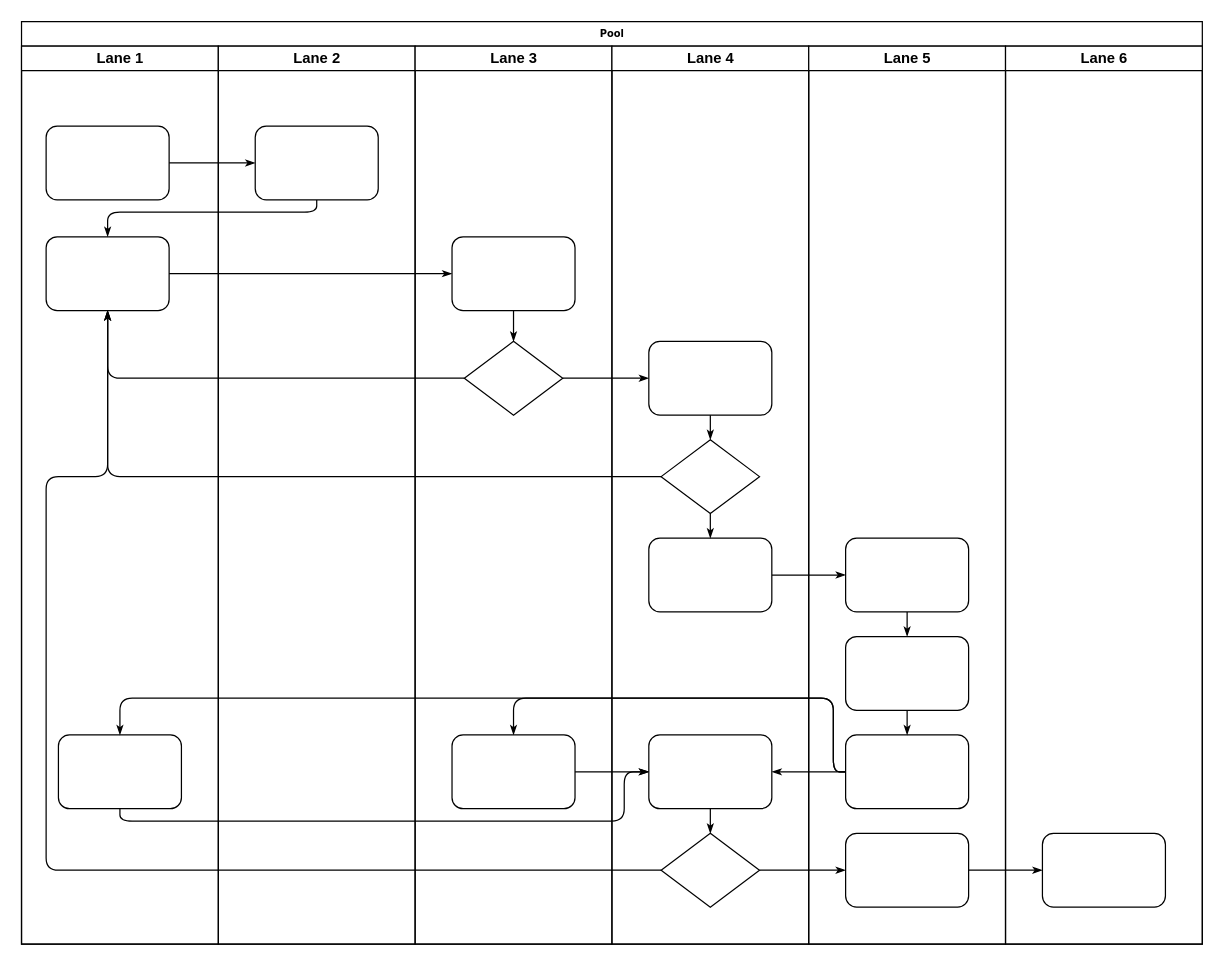
Above: Untitled Diagram.drawio in RaihanNh/SISMIK-2023 (draw.io), before the change. Source tidied: cells renumbered, new cells numbered last; positions are measured from the earlier drawing's top-left corner, leaving out a move shared by most shapes. Both pictures are drawn from the tidied source at 123%, with x=0, y=0 at pixel (21, 21).
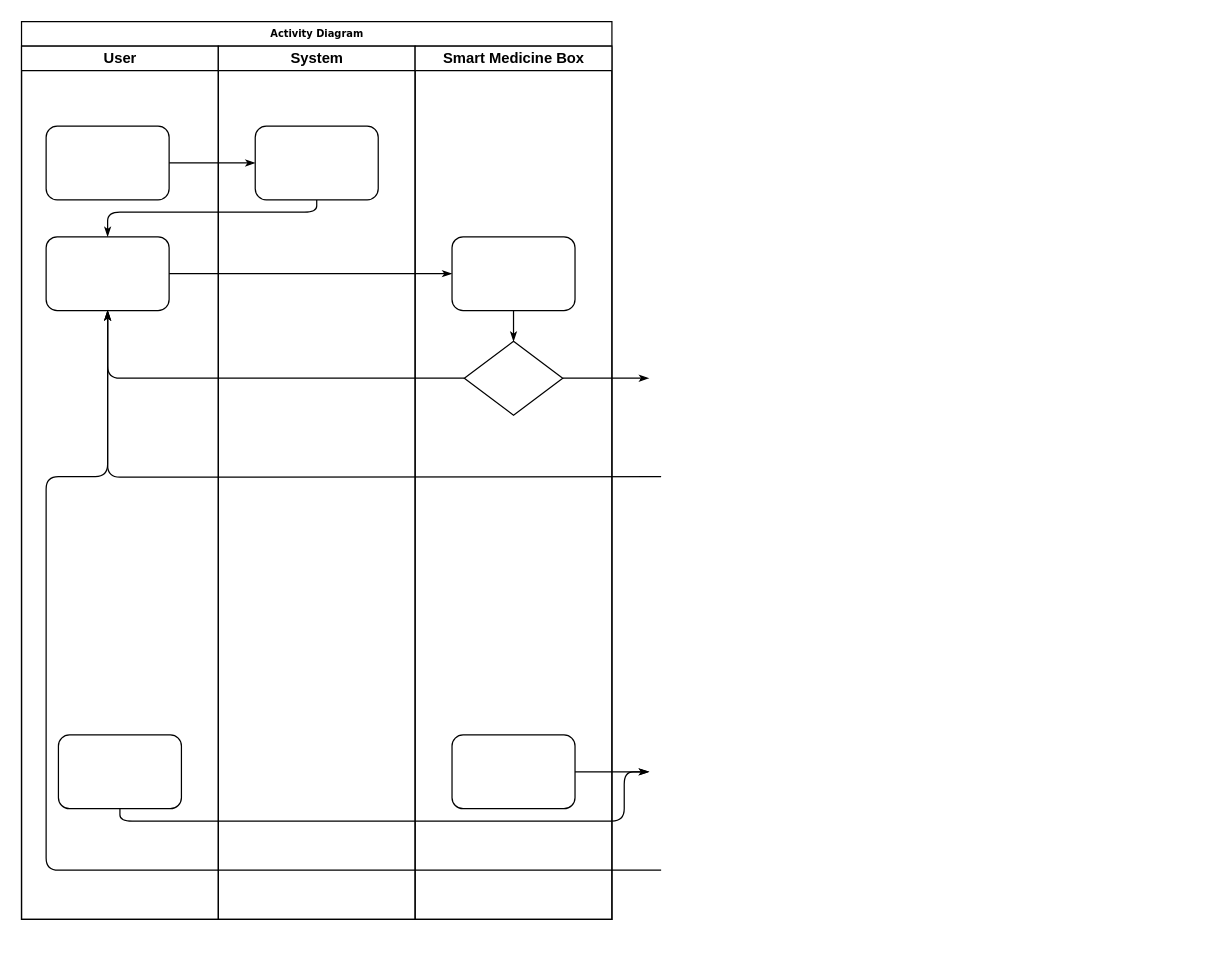
After the change.

Unchanged cells that the change refers to:
```xml
<mxCell id="5" style="rounded=1;whiteSpace=wrap;html=1;shadow=0;labelBackgroundColor=none;strokeWidth=1;fontFamily=Verdana;fontSize=8;align=center;" parent="3" vertex="1">
  <mxGeometry x="20" y="155" width="100" height="60" as="geometry" />
</mxCell>
<mxCell id="6" style="rounded=1;whiteSpace=wrap;html=1;shadow=0;labelBackgroundColor=none;strokeWidth=1;fontFamily=Verdana;fontSize=8;align=center;" parent="3" vertex="1">
  <mxGeometry x="30" y="560" width="100" height="60" as="geometry" />
</mxCell>
<mxCell id="26" style="rhombus;whiteSpace=wrap;html=1;rounded=0;shadow=0;labelBackgroundColor=none;strokeWidth=1;fontFamily=Verdana;fontSize=8;align=center;" parent="24" vertex="1">
  <mxGeometry x="40" y="240" width="80" height="60" as="geometry" />
</mxCell>
<mxCell id="27" style="rounded=1;whiteSpace=wrap;html=1;shadow=0;labelBackgroundColor=none;strokeWidth=1;fontFamily=Verdana;fontSize=8;align=center;" parent="24" vertex="1">
  <mxGeometry x="30" y="560" width="100" height="60" as="geometry" />
</mxCell>
```

Diff of the diagram source:
```diff
@@
-    <mxCell id="2" value="Pool" style="swimlane;html=1;startSize=20;rounded=0;shadow=0;labelBackgroundColor=none;strokeWidth=1;fontFamily=Verdana;fontSize=8;align=center;" parent="1" vertex="1">
-      <mxGeometry width="960" height="750" as="geometry" />
+    <mxCell id="2" value="Activity Diagram" style="swimlane;html=1;startSize=20;rounded=0;shadow=0;labelBackgroundColor=none;strokeWidth=1;fontFamily=Verdana;fontSize=8;align=center;" parent="1" vertex="1">
+      <mxGeometry width="480" height="730" as="geometry" />
     </mxCell>
-    <mxCell id="3" value="Lane 1" style="swimlane;html=1;startSize=20;" parent="2" vertex="1">
-      <mxGeometry y="20" width="160" height="730" as="geometry" />
+    <mxCell id="3" value="User" style="swimlane;html=1;startSize=20;" parent="2" vertex="1">
+      <mxGeometry y="20" width="160" height="710" as="geometry" />
     </mxCell>
@@
-    <mxCell id="11" style="edgeStyle=orthogonalEdgeStyle;rounded=1;html=1;labelBackgroundColor=none;startArrow=none;startFill=0;startSize=5;endArrow=classicThin;endFill=1;endSize=5;jettySize=auto;strokeWidth=1;fontFamily=Verdana;fontSize=8;" parent="2" edge="1" source="31" target="5">
-      <mxGeometry relative="1" as="geometry" />
+    <mxCell id="11" style="edgeStyle=orthogonalEdgeStyle;rounded=1;html=1;labelBackgroundColor=none;startArrow=none;startFill=0;startSize=5;endArrow=classicThin;endFill=1;endSize=5;jettySize=auto;strokeWidth=1;fontFamily=Verdana;fontSize=8;" parent="2" edge="1" target="5">
+      <mxGeometry relative="1" as="geometry">
+        <mxPoint x="520" y="370" as="sourcePoint" />
+      </mxGeometry>
     </mxCell>
-    <mxCell id="12" style="edgeStyle=orthogonalEdgeStyle;rounded=1;html=1;labelBackgroundColor=none;startArrow=none;startFill=0;startSize=5;endArrow=classicThin;endFill=1;endSize=5;jettySize=auto;strokeWidth=1;fontFamily=Verdana;fontSize=8;" parent="2" edge="1" source="34" target="5">
+    <mxCell id="12" style="edgeStyle=orthogonalEdgeStyle;rounded=1;html=1;labelBackgroundColor=none;startArrow=none;startFill=0;startSize=5;endArrow=classicThin;endFill=1;endSize=5;jettySize=auto;strokeWidth=1;fontFamily=Verdana;fontSize=8;" parent="2" edge="1" target="5">
       <mxGeometry relative="1" as="geometry">
+        <mxPoint x="520" y="690" as="sourcePoint" />
         <Array as="points">
           <mxPoint x="20" y="690" />
           <mxPoint x="20" y="370" />
           <mxPoint x="70" y="370" />
         </Array>
       </mxGeometry>
     </mxCell>
-    <mxCell id="13" style="edgeStyle=orthogonalEdgeStyle;rounded=1;html=1;labelBackgroundColor=none;startArrow=none;startFill=0;startSize=5;endArrow=classicThin;endFill=1;endSize=5;jettySize=auto;strokeWidth=1;fontFamily=Verdana;fontSize=8;" parent="2" edge="1" source="26" target="30">
-      <mxGeometry relative="1" as="geometry" />
+    <mxCell id="13" style="edgeStyle=orthogonalEdgeStyle;rounded=1;html=1;labelBackgroundColor=none;startArrow=none;startFill=0;startSize=5;endArrow=classicThin;endFill=1;endSize=5;jettySize=auto;strokeWidth=1;fontFamily=Verdana;fontSize=8;" parent="2" edge="1" source="26">
+      <mxGeometry relative="1" as="geometry">
+        <mxPoint x="510" y="290" as="targetPoint" />
+      </mxGeometry>
     </mxCell>
-    <mxCell id="14" style="edgeStyle=orthogonalEdgeStyle;rounded=1;html=1;labelBackgroundColor=none;startArrow=none;startFill=0;startSize=5;endArrow=classicThin;endFill=1;endSize=5;jettySize=auto;strokeWidth=1;fontFamily=Verdana;fontSize=8;" parent="2" edge="1" source="34" target="42">
-      <mxGeometry relative="1" as="geometry" />
-    </mxCell>
-    <mxCell id="15" style="edgeStyle=orthogonalEdgeStyle;rounded=1;html=1;labelBackgroundColor=none;startArrow=none;startFill=0;startSize=5;endArrow=classicThin;endFill=1;endSize=5;jettySize=auto;strokeWidth=1;fontFamily=Verdana;fontSize=8;" parent="2" edge="1" source="42" target="46">
-      <mxGeometry relative="1" as="geometry" />
-    </mxCell>
-    <mxCell id="16" style="edgeStyle=orthogonalEdgeStyle;rounded=1;html=1;labelBackgroundColor=none;startArrow=none;startFill=0;startSize=5;endArrow=classicThin;endFill=1;endSize=5;jettySize=auto;strokeWidth=1;fontFamily=Verdana;fontSize=8;" parent="2" edge="1" source="32" target="39">
-      <mxGeometry relative="1" as="geometry" />
-    </mxCell>
-    <mxCell id="17" style="edgeStyle=orthogonalEdgeStyle;rounded=1;html=1;labelBackgroundColor=none;startArrow=none;startFill=0;startSize=5;endArrow=classicThin;endFill=1;endSize=5;jettySize=auto;strokeWidth=1;fontFamily=Verdana;fontSize=8;" parent="2" edge="1" source="41" target="27">
-      <mxGeometry relative="1" as="geometry">
-        <Array as="points">
-          <mxPoint x="660" y="610" />
-          <mxPoint x="660" y="550" />
-          <mxPoint x="400" y="550" />
-        </Array>
-      </mxGeometry>
-    </mxCell>
-    <mxCell id="18" style="edgeStyle=orthogonalEdgeStyle;rounded=1;html=1;labelBackgroundColor=none;startArrow=none;startFill=0;startSize=5;endArrow=classicThin;endFill=1;endSize=5;jettySize=auto;strokeColor=#000000;strokeWidth=1;fontFamily=Verdana;fontSize=8;fontColor=#000000;" parent="2" edge="1" source="41" target="33">
-      <mxGeometry relative="1" as="geometry" />
-    </mxCell>
-    <mxCell id="19" style="edgeStyle=orthogonalEdgeStyle;rounded=1;html=1;labelBackgroundColor=none;startArrow=none;startFill=0;startSize=5;endArrow=classicThin;endFill=1;endSize=5;jettySize=auto;strokeWidth=1;fontFamily=Verdana;fontSize=8;" parent="2" edge="1" source="41" target="6">
-      <mxGeometry relative="1" as="geometry">
-        <Array as="points">
-          <mxPoint x="660" y="610" />
-          <mxPoint x="660" y="550" />
-          <mxPoint x="80" y="550" />
-        </Array>
-      </mxGeometry>
-    </mxCell>
-    <mxCell id="20" style="edgeStyle=orthogonalEdgeStyle;rounded=1;html=1;labelBackgroundColor=none;startArrow=none;startFill=0;startSize=5;endArrow=classicThin;endFill=1;endSize=5;jettySize=auto;strokeWidth=1;fontFamily=Verdana;fontSize=8;" parent="2" edge="1" source="6" target="33">
+    <mxCell id="20" style="edgeStyle=orthogonalEdgeStyle;rounded=1;html=1;labelBackgroundColor=none;startArrow=none;startFill=0;startSize=5;endArrow=classicThin;endFill=1;endSize=5;jettySize=auto;strokeWidth=1;fontFamily=Verdana;fontSize=8;" parent="2" edge="1" source="6">
       <mxGeometry relative="1" as="geometry">
+        <mxPoint x="510" y="610" as="targetPoint" />
         <Array as="points">
           <mxPoint x="80" y="650" />
           <mxPoint x="490" y="650" />
           <mxPoint x="490" y="610" />
         </Array>
       </mxGeometry>
     </mxCell>
-    <mxCell id="21" style="edgeStyle=orthogonalEdgeStyle;rounded=1;html=1;labelBackgroundColor=none;startArrow=none;startFill=0;startSize=5;endArrow=classicThin;endFill=1;endSize=5;jettySize=auto;strokeWidth=1;fontFamily=Verdana;fontSize=8;" parent="2" edge="1" source="27" target="33">
-      <mxGeometry relative="1" as="geometry" />
+    <mxCell id="21" style="edgeStyle=orthogonalEdgeStyle;rounded=1;html=1;labelBackgroundColor=none;startArrow=none;startFill=0;startSize=5;endArrow=classicThin;endFill=1;endSize=5;jettySize=auto;strokeWidth=1;fontFamily=Verdana;fontSize=8;" parent="2" edge="1" source="27">
+      <mxGeometry relative="1" as="geometry">
+        <mxPoint x="510" y="610" as="targetPoint" />
+      </mxGeometry>
     </mxCell>
-    <mxCell id="22" value="Lane 2" style="swimlane;html=1;startSize=20;" parent="2" vertex="1">
-      <mxGeometry x="160" y="20" width="160" height="730" as="geometry" />
+    <mxCell id="22" value="System" style="swimlane;html=1;startSize=20;" parent="2" vertex="1">
+      <mxGeometry x="160" y="20" width="160" height="710" as="geometry" />
     </mxCell>
@@
-    <mxCell id="24" value="Lane 3" style="swimlane;html=1;startSize=20;" parent="2" vertex="1">
-      <mxGeometry x="320" y="20" width="160" height="730" as="geometry" />
+    <mxCell id="24" value="Smart Medicine Box" style="swimlane;html=1;startSize=20;" parent="2" vertex="1">
+      <mxGeometry x="320" y="20" width="160" height="710" as="geometry" />
     </mxCell>
@@
-    <mxCell id="29" value="Lane 4" style="swimlane;html=1;startSize=20;" parent="2" vertex="1">
-      <mxGeometry x="480" y="20" width="160" height="730" as="geometry" />
-    </mxCell>
-    <mxCell id="30" style="rounded=1;whiteSpace=wrap;html=1;shadow=0;labelBackgroundColor=none;strokeWidth=1;fontFamily=Verdana;fontSize=8;align=center;" parent="29" vertex="1">
-      <mxGeometry x="30" y="240" width="100" height="60" as="geometry" />
-    </mxCell>
-    <mxCell id="31" style="rhombus;whiteSpace=wrap;html=1;rounded=0;shadow=0;labelBackgroundColor=none;strokeWidth=1;fontFamily=Verdana;fontSize=8;align=center;" parent="29" vertex="1">
-      <mxGeometry x="40" y="320" width="80" height="60" as="geometry" />
-    </mxCell>
-    <mxCell id="32" style="rounded=1;whiteSpace=wrap;html=1;shadow=0;labelBackgroundColor=none;strokeWidth=1;fontFamily=Verdana;fontSize=8;align=center;" parent="29" vertex="1">
-      <mxGeometry x="30" y="400" width="100" height="60" as="geometry" />
-    </mxCell>
-    <mxCell id="33" style="rounded=1;whiteSpace=wrap;html=1;shadow=0;labelBackgroundColor=none;strokeWidth=1;fontFamily=Verdana;fontSize=8;align=center;" parent="29" vertex="1">
-      <mxGeometry x="30" y="560" width="100" height="60" as="geometry" />
-    </mxCell>
-    <mxCell id="34" style="rhombus;whiteSpace=wrap;html=1;rounded=0;shadow=0;labelBackgroundColor=none;strokeWidth=1;fontFamily=Verdana;fontSize=8;align=center;" parent="29" vertex="1">
-      <mxGeometry x="40" y="640" width="80" height="60" as="geometry" />
-    </mxCell>
-    <mxCell id="35" style="edgeStyle=orthogonalEdgeStyle;rounded=1;html=1;labelBackgroundColor=none;startArrow=none;startFill=0;startSize=5;endArrow=classicThin;endFill=1;endSize=5;jettySize=auto;strokeColor=#000000;strokeWidth=1;fontFamily=Verdana;fontSize=8;fontColor=#000000;" parent="29" edge="1" source="30" target="31">
-      <mxGeometry relative="1" as="geometry" />
-    </mxCell>
-    <mxCell id="36" style="edgeStyle=orthogonalEdgeStyle;rounded=1;html=1;labelBackgroundColor=none;startArrow=none;startFill=0;startSize=5;endArrow=classicThin;endFill=1;endSize=5;jettySize=auto;strokeWidth=1;fontFamily=Verdana;fontSize=8;" parent="29" edge="1" source="31" target="32">
-      <mxGeometry relative="1" as="geometry" />
-    </mxCell>
-    <mxCell id="37" style="edgeStyle=orthogonalEdgeStyle;rounded=1;html=1;labelBackgroundColor=none;startArrow=none;startFill=0;startSize=5;endArrow=classicThin;endFill=1;endSize=5;jettySize=auto;strokeWidth=1;fontFamily=Verdana;fontSize=8;" parent="29" edge="1" source="33" target="34">
-      <mxGeometry relative="1" as="geometry" />
-    </mxCell>
-    <mxCell id="38" value="Lane 5" style="swimlane;html=1;startSize=20;" parent="2" vertex="1">
-      <mxGeometry x="640" y="20" width="160" height="730" as="geometry" />
-    </mxCell>
-    <mxCell id="39" style="rounded=1;whiteSpace=wrap;html=1;shadow=0;labelBackgroundColor=none;strokeWidth=1;fontFamily=Verdana;fontSize=8;align=center;" parent="38" vertex="1">
-      <mxGeometry x="30" y="400" width="100" height="60" as="geometry" />
-    </mxCell>
-    <mxCell id="40" style="rounded=1;whiteSpace=wrap;html=1;shadow=0;labelBackgroundColor=none;strokeWidth=1;fontFamily=Verdana;fontSize=8;align=center;" parent="38" vertex="1">
-      <mxGeometry x="30" y="480" width="100" height="60" as="geometry" />
-    </mxCell>
-    <mxCell id="41" style="rounded=1;whiteSpace=wrap;html=1;shadow=0;labelBackgroundColor=none;strokeWidth=1;fontFamily=Verdana;fontSize=8;align=center;" parent="38" vertex="1">
-      <mxGeometry x="30" y="560" width="100" height="60" as="geometry" />
-    </mxCell>
-    <mxCell id="42" style="rounded=1;whiteSpace=wrap;html=1;shadow=0;labelBackgroundColor=none;strokeWidth=1;fontFamily=Verdana;fontSize=8;align=center;" parent="38" vertex="1">
-      <mxGeometry x="30" y="640" width="100" height="60" as="geometry" />
-    </mxCell>
-    <mxCell id="43" style="edgeStyle=orthogonalEdgeStyle;rounded=1;html=1;labelBackgroundColor=none;startArrow=none;startFill=0;startSize=5;endArrow=classicThin;endFill=1;endSize=5;jettySize=auto;strokeWidth=1;fontFamily=Verdana;fontSize=8;" parent="38" edge="1" source="39" target="40">
-      <mxGeometry relative="1" as="geometry" />
-    </mxCell>
-    <mxCell id="44" style="edgeStyle=orthogonalEdgeStyle;rounded=1;html=1;labelBackgroundColor=none;startArrow=none;startFill=0;startSize=5;endArrow=classicThin;endFill=1;endSize=5;jettySize=auto;strokeWidth=1;fontFamily=Verdana;fontSize=8;" parent="38" edge="1" source="40" target="41">
-      <mxGeometry relative="1" as="geometry" />
-    </mxCell>
-    <mxCell id="45" value="Lane 6" style="swimlane;html=1;startSize=20;" parent="2" vertex="1">
-      <mxGeometry x="800" y="20" width="160" height="730" as="geometry" />
-    </mxCell>
-    <mxCell id="46" style="rounded=1;whiteSpace=wrap;html=1;shadow=0;labelBackgroundColor=none;strokeWidth=1;fontFamily=Verdana;fontSize=8;align=center;" parent="45" vertex="1">
-      <mxGeometry x="30" y="640" width="100" height="60" as="geometry" />
-    </mxCell>
```
